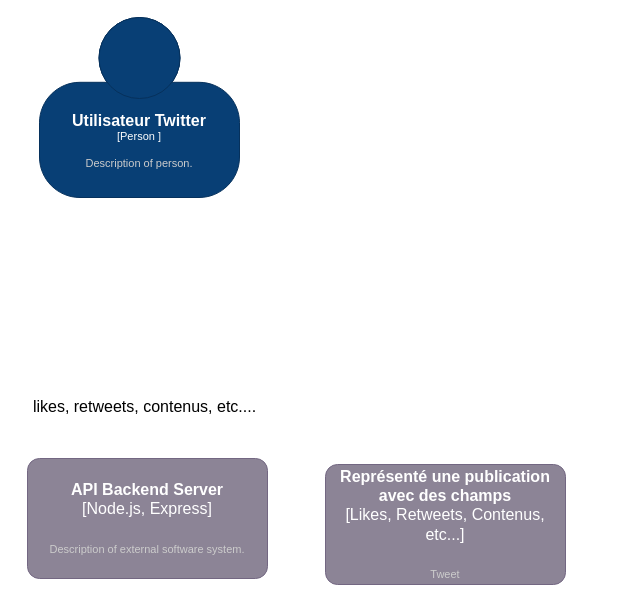
Above: twitter2.drawio in JeanMarieSamakila/twitterbackend (draw.io), before the change. Source tidied: cells renumbered, new cells numbered last; positions are measured from the earlier drawing's top-left corner, leaving out a move shared by most shapes. Both pictures are drawn from the tidied source at 100%, with x=0, y=0 at pixel (27, 17).
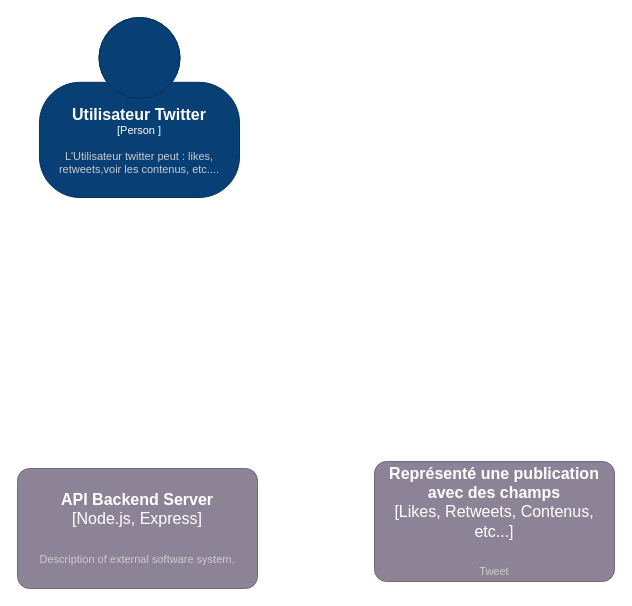
After the change.

Commit message:
Mettre à jour twitter2.drawio

Diff of the diagram source:
```diff
@@
 <mxGraphModel>
   <root>
     <mxCell id="0" />
     <mxCell id="1" parent="0" />
-    <object id="2" label="&lt;font style=&quot;font-size: 16px&quot;&gt;&lt;b&gt;%c4Name%&lt;/b&gt;&lt;/font&gt;&lt;div&gt;[%c4Type%]&lt;/div&gt;&lt;br&gt;&lt;div&gt;&lt;font style=&quot;font-size: 11px&quot;&gt;&lt;font color=&quot;#cccccc&quot;&gt;%c4Description%&lt;/font&gt;&lt;/div&gt;" c4Description="Description of person." c4Name="Utilisateur Twitter" c4Type="Person " placeholders="1">
+    <object id="2" label="&lt;font style=&quot;font-size: 16px&quot;&gt;&lt;b&gt;%c4Name%&lt;/b&gt;&lt;/font&gt;&lt;div&gt;[%c4Type%]&lt;/div&gt;&lt;br&gt;&lt;div&gt;&lt;font style=&quot;font-size: 11px&quot;&gt;&lt;font color=&quot;#cccccc&quot;&gt;%c4Description%&lt;/font&gt;&lt;/div&gt;" c4Description="L'Utilisateur twitter peut : likes, retweets,voir les contenus, etc...." c4Name="Utilisateur Twitter" c4Type="Person " placeholders="1">
       <mxCell style="html=1;fontSize=11;dashed=0;whiteSpace=wrap;fillColor=#083F75;strokeColor=#06315C;fontColor=#ffffff;shape=mxgraph.c4.person2;align=center;" parent="1" vertex="1">
         <mxGeometry x="12" width="200" height="180" as="geometry" />
       </mxCell>
     </object>
     <object id="3" label="&lt;font style=&quot;font-size: 16px&quot;&gt;&lt;b&gt;%c4Name%&lt;/b&gt;&lt;/font&gt;&lt;div&gt;[%c4Type%]&lt;/div&gt;&lt;br&gt;&lt;div&gt;&lt;font style=&quot;font-size: 11px&quot;&gt;&lt;font color=&quot;#cccccc&quot;&gt;%c4Description%&lt;/font&gt;&lt;/div&gt;" c4Description="Description of external software system." c4Name="API Backend Server" c4Type="Node.js, Express" placeholders="1">
       <mxCell style="rounded=1;whiteSpace=wrap;html=1;labelBackgroundColor=none;fillColor=#8C8496;fontColor=#ffffff;align=center;arcSize=10;strokeColor=#736782;fontSize=16;" parent="1" vertex="1">
-        <mxGeometry y="441" width="240" height="120" as="geometry" />
+        <mxGeometry x="-10" y="451" width="240" height="120" as="geometry" />
       </mxCell>
     </object>
     <object id="4" label="&lt;font style=&quot;font-size: 16px&quot;&gt;&lt;b&gt;%c4Name%&lt;/b&gt;&lt;/font&gt;&lt;div&gt;[%c4Type%]&lt;/div&gt;&lt;br&gt;&lt;div&gt;&lt;font style=&quot;font-size: 11px&quot;&gt;&lt;font color=&quot;#cccccc&quot;&gt;%c4Description%&lt;/font&gt;&lt;/div&gt;" c4Description="Tweet" c4Name="Représenté une publication avec des champs" c4Type="Likes, Retweets, Contenus, etc..." placeholders="1">
       <mxCell style="rounded=1;whiteSpace=wrap;html=1;labelBackgroundColor=none;fillColor=#8C8496;fontColor=#ffffff;align=center;arcSize=10;strokeColor=#736782;fontSize=16;" parent="1" vertex="1">
-        <mxGeometry x="298" y="447" width="240" height="120" as="geometry" />
+        <mxGeometry x="347" y="444" width="240" height="120" as="geometry" />
       </mxCell>
     </object>
-    <mxCell id="5" value="likes, retweets, contenus, etc...." style="text;html=1;strokeColor=none;fillColor=none;align=center;verticalAlign=middle;whiteSpace=wrap;rounded=0;fontSize=16;" parent="1" vertex="1">
-      <mxGeometry y="364" width="235" height="49" as="geometry" />
-    </mxCell>
   </root>
 </mxGraphModel>
```
